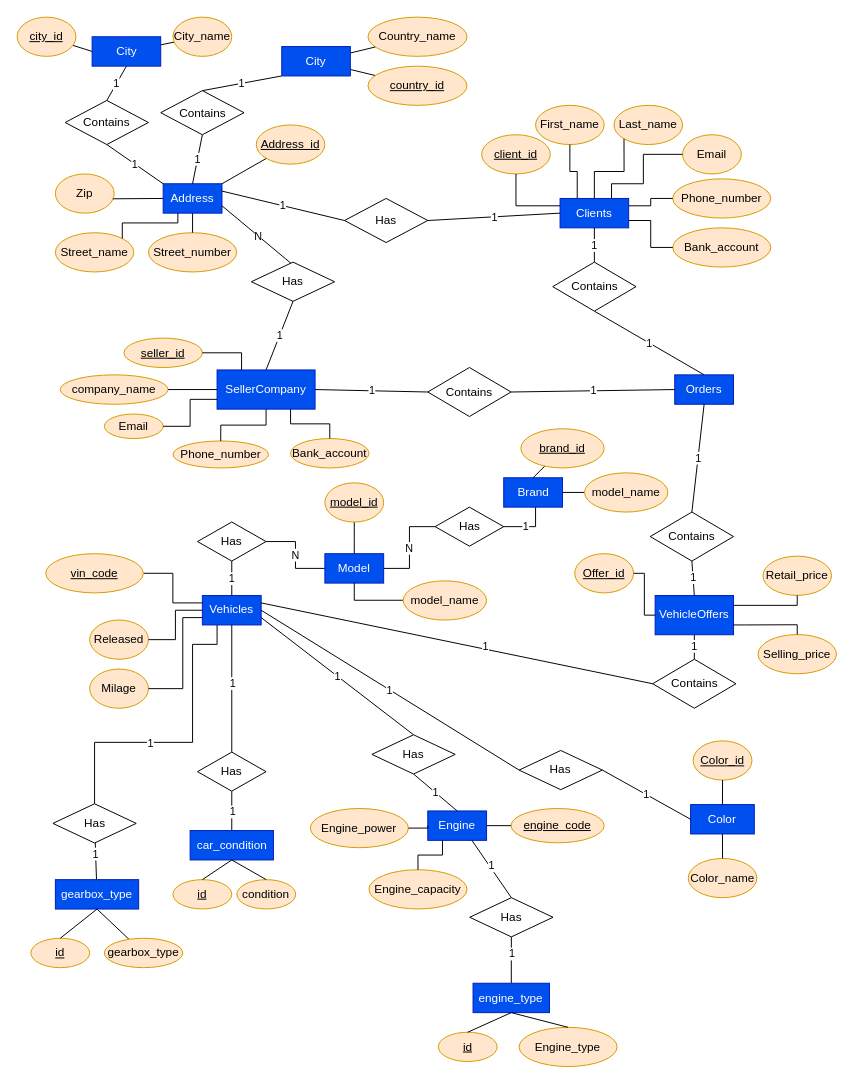
This is page "Conceptual model" (4 of 7) of Car Marketplace.drawio from kstekels/Car-Marketplace, a draw.io file, before an edit. Source tidied: cells renumbered, new cells numbered last; positions are measured from the earlier drawing's top-left corner, leaving out a move shared by most shapes. Both pictures are drawn from the tidied source at 98%, with x=0, y=0 at pixel (17, 17).
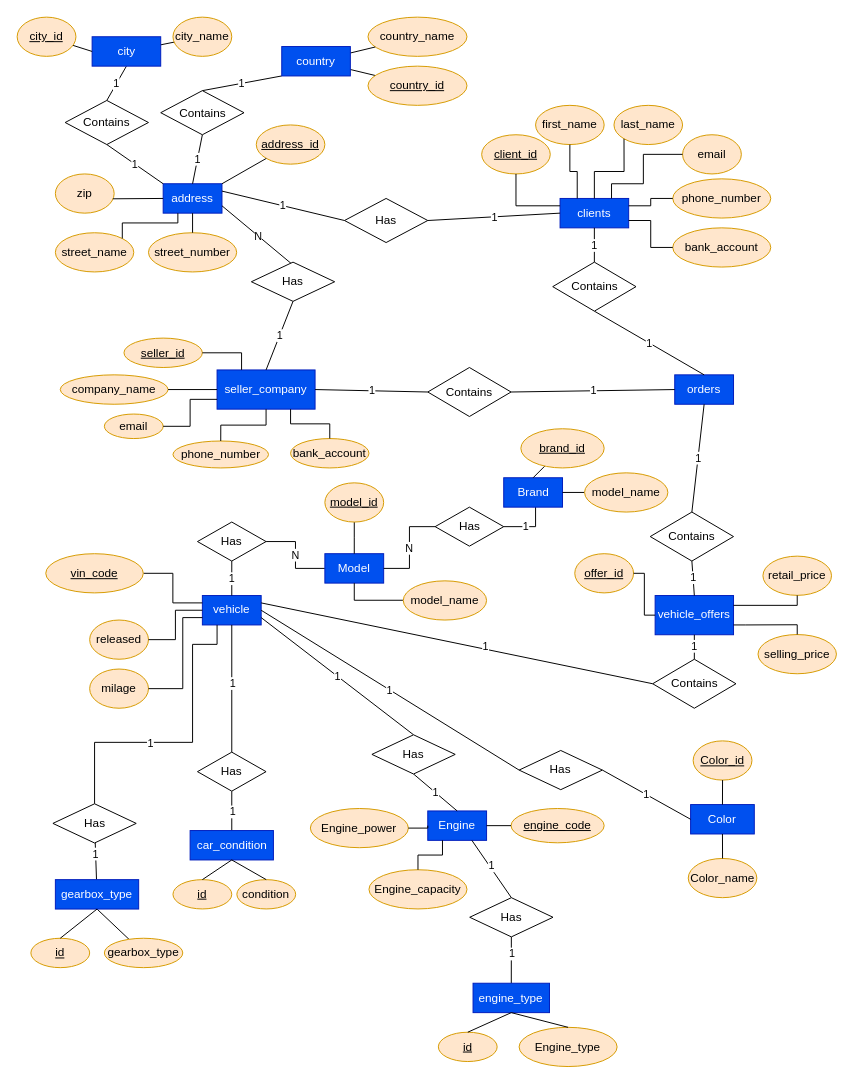
The same diagram, later.

Diff of the diagram source:
```diff
@@
-    <mxCell id="2" value="Clients" style="rounded=0;whiteSpace=wrap;html=1;fillColor=#0050ef;strokeColor=#001DBC;fontColor=#ffffff;" parent="1" vertex="1">
+    <mxCell id="2" value="clients" style="rounded=0;whiteSpace=wrap;html=1;fillColor=#0050ef;strokeColor=#001DBC;fontColor=#ffffff;" parent="1" vertex="1">
       <mxGeometry x="554" y="185" width="70" height="30" as="geometry" />
     </mxCell>
-    <mxCell id="3" value="Address" style="rounded=0;whiteSpace=wrap;html=1;fillColor=#0050ef;fontColor=#ffffff;strokeColor=#001DBC;" parent="1" vertex="1">
+    <mxCell id="3" value="address" style="rounded=0;whiteSpace=wrap;html=1;fillColor=#0050ef;fontColor=#ffffff;strokeColor=#001DBC;" parent="1" vertex="1">
       <mxGeometry x="149" y="170" width="60" height="30" as="geometry" />
     </mxCell>
-    <mxCell id="4" value="SellerCompany" style="rounded=0;whiteSpace=wrap;html=1;fillColor=#0050ef;fontColor=#ffffff;strokeColor=#001DBC;" parent="1" vertex="1">
+    <mxCell id="4" value="seller_company" style="rounded=0;whiteSpace=wrap;html=1;fillColor=#0050ef;fontColor=#ffffff;strokeColor=#001DBC;" parent="1" vertex="1">
       <mxGeometry x="204" y="360" width="100" height="40" as="geometry" />
     </mxCell>
-    <mxCell id="5" value="Orders" style="rounded=0;whiteSpace=wrap;html=1;fillColor=#0050ef;fontColor=#ffffff;strokeColor=#001DBC;" parent="1" vertex="1">
+    <mxCell id="5" value="orders" style="rounded=0;whiteSpace=wrap;html=1;fillColor=#0050ef;fontColor=#ffffff;strokeColor=#001DBC;" parent="1" vertex="1">
       <mxGeometry x="671" y="365" width="60" height="30" as="geometry" />
     </mxCell>
-    <mxCell id="6" value="VehicleOffers" style="rounded=0;whiteSpace=wrap;html=1;fillColor=#0050ef;fontColor=#ffffff;strokeColor=#001DBC;" parent="1" vertex="1">
+    <mxCell id="6" value="vehicle_offers" style="rounded=0;whiteSpace=wrap;html=1;fillColor=#0050ef;fontColor=#ffffff;strokeColor=#001DBC;" parent="1" vertex="1">
       <mxGeometry x="651" y="590.2" width="80" height="40" as="geometry" />
     </mxCell>
-    <mxCell id="7" value="Vehicles" style="rounded=0;whiteSpace=wrap;html=1;fillColor=#0050ef;fontColor=#ffffff;strokeColor=#001DBC;" parent="1" vertex="1">
+    <mxCell id="7" value="vehicle" style="rounded=0;whiteSpace=wrap;html=1;fillColor=#0050ef;fontColor=#ffffff;strokeColor=#001DBC;" parent="1" vertex="1">
       <mxGeometry x="189" y="590.2" width="60" height="30" as="geometry" />
     </mxCell>
@@
-    <mxCell id="11" value="Phone_number" style="ellipse;whiteSpace=wrap;html=1;fillColor=#ffe6cc;strokeColor=#d79b00;" parent="1" vertex="1">
+    <mxCell id="11" value="phone_number" style="ellipse;whiteSpace=wrap;html=1;fillColor=#ffe6cc;strokeColor=#d79b00;" parent="1" vertex="1">
       <mxGeometry x="669" y="165" width="100" height="40" as="geometry" />
     </mxCell>
-    <mxCell id="12" value="Email" style="ellipse;whiteSpace=wrap;html=1;fillColor=#ffe6cc;strokeColor=#d79b00;" parent="1" vertex="1">
+    <mxCell id="12" value="email" style="ellipse;whiteSpace=wrap;html=1;fillColor=#ffe6cc;strokeColor=#d79b00;" parent="1" vertex="1">
       <mxGeometry x="679" y="120" width="60" height="40" as="geometry" />
     </mxCell>
-    <mxCell id="13" value="&lt;u&gt;Address_id&lt;/u&gt;" style="ellipse;whiteSpace=wrap;html=1;fillColor=#ffe6cc;strokeColor=#d79b00;" parent="1" vertex="1">
+    <mxCell id="13" value="&lt;u&gt;address_id&lt;/u&gt;" style="ellipse;whiteSpace=wrap;html=1;fillColor=#ffe6cc;strokeColor=#d79b00;" parent="1" vertex="1">
       <mxGeometry x="244" y="110" width="70" height="40" as="geometry" />
     </mxCell>
@@
-    <mxCell id="15" value="Street_name" style="ellipse;whiteSpace=wrap;html=1;fillColor=#ffe6cc;strokeColor=#d79b00;" parent="1" vertex="1">
+    <mxCell id="15" value="street_name" style="ellipse;whiteSpace=wrap;html=1;fillColor=#ffe6cc;strokeColor=#d79b00;" parent="1" vertex="1">
       <mxGeometry x="39" y="220" width="80" height="40" as="geometry" />
     </mxCell>
-    <mxCell id="16" value="Street_number" style="ellipse;whiteSpace=wrap;html=1;fillColor=#ffe6cc;strokeColor=#d79b00;" parent="1" vertex="1">
+    <mxCell id="16" value="street_number" style="ellipse;whiteSpace=wrap;html=1;fillColor=#ffe6cc;strokeColor=#d79b00;" parent="1" vertex="1">
       <mxGeometry x="134" y="220" width="90" height="40" as="geometry" />
     </mxCell>
@@
-    <mxCell id="21" value="First_name" style="ellipse;whiteSpace=wrap;html=1;fillColor=#ffe6cc;strokeColor=#d79b00;" parent="1" vertex="1">
+    <mxCell id="21" value="first_name" style="ellipse;whiteSpace=wrap;html=1;fillColor=#ffe6cc;strokeColor=#d79b00;" parent="1" vertex="1">
       <mxGeometry x="529" y="90" width="70" height="40" as="geometry" />
     </mxCell>
-    <mxCell id="22" value="Last_name" style="ellipse;whiteSpace=wrap;html=1;fillColor=#ffe6cc;strokeColor=#d79b00;" parent="1" vertex="1">
+    <mxCell id="22" value="last_name" style="ellipse;whiteSpace=wrap;html=1;fillColor=#ffe6cc;strokeColor=#d79b00;" parent="1" vertex="1">
       <mxGeometry x="609" y="90" width="70" height="40" as="geometry" />
     </mxCell>
-    <mxCell id="23" value="Bank_account" style="ellipse;whiteSpace=wrap;html=1;fillColor=#ffe6cc;strokeColor=#d79b00;" parent="1" vertex="1">
+    <mxCell id="23" value="bank_account" style="ellipse;whiteSpace=wrap;html=1;fillColor=#ffe6cc;strokeColor=#d79b00;" parent="1" vertex="1">
       <mxGeometry x="669" y="215" width="100" height="40" as="geometry" />
     </mxCell>
-    <mxCell id="24" value="Zip" style="ellipse;whiteSpace=wrap;html=1;fillColor=#ffe6cc;strokeColor=#d79b00;" parent="1" vertex="1">
+    <mxCell id="24" value="zip" style="ellipse;whiteSpace=wrap;html=1;fillColor=#ffe6cc;strokeColor=#d79b00;" parent="1" vertex="1">
       <mxGeometry x="39" y="160" width="60" height="40" as="geometry" />
     </mxCell>
-    <mxCell id="25" value="Phone_number" style="ellipse;whiteSpace=wrap;html=1;fillColor=#ffe6cc;strokeColor=#d79b00;" parent="1" vertex="1">
+    <mxCell id="25" value="phone_number" style="ellipse;whiteSpace=wrap;html=1;fillColor=#ffe6cc;strokeColor=#d79b00;" parent="1" vertex="1">
       <mxGeometry x="159" y="432.5" width="97.5" height="27.5" as="geometry" />
     </mxCell>
-    <mxCell id="26" value="Email" style="ellipse;whiteSpace=wrap;html=1;fillColor=#ffe6cc;strokeColor=#d79b00;" parent="1" vertex="1">
+    <mxCell id="26" value="email" style="ellipse;whiteSpace=wrap;html=1;fillColor=#ffe6cc;strokeColor=#d79b00;" parent="1" vertex="1">
       <mxGeometry x="89" y="405" width="60" height="25" as="geometry" />
     </mxCell>
@@
-    <mxCell id="29" value="Bank_account" style="ellipse;whiteSpace=wrap;html=1;fillColor=#ffe6cc;strokeColor=#d79b00;" parent="1" vertex="1">
+    <mxCell id="29" value="bank_account" style="ellipse;whiteSpace=wrap;html=1;fillColor=#ffe6cc;strokeColor=#d79b00;" parent="1" vertex="1">
       <mxGeometry x="279" y="430" width="80" height="30" as="geometry" />
     </mxCell>
@@
-    <mxCell id="33" value="&lt;u&gt;Offer_id&lt;/u&gt;" style="ellipse;whiteSpace=wrap;html=1;fillColor=#ffe6cc;strokeColor=#d79b00;" parent="1" vertex="1">
+    <mxCell id="33" value="&lt;u&gt;offer_id&lt;/u&gt;" style="ellipse;whiteSpace=wrap;html=1;fillColor=#ffe6cc;strokeColor=#d79b00;" parent="1" vertex="1">
       <mxGeometry x="569" y="547.5" width="60" height="40" as="geometry" />
     </mxCell>
@@
-    <mxCell id="38" value="Milage" style="ellipse;whiteSpace=wrap;html=1;fillColor=#ffe6cc;strokeColor=#d79b00;" parent="1" vertex="1">
+    <mxCell id="38" value="milage" style="ellipse;whiteSpace=wrap;html=1;fillColor=#ffe6cc;strokeColor=#d79b00;" parent="1" vertex="1">
       <mxGeometry x="74" y="665.2" width="60" height="40" as="geometry" />
     </mxCell>
-    <mxCell id="39" value="Released" style="ellipse;whiteSpace=wrap;html=1;fillColor=#ffe6cc;strokeColor=#d79b00;" parent="1" vertex="1">
+    <mxCell id="39" value="released" style="ellipse;whiteSpace=wrap;html=1;fillColor=#ffe6cc;strokeColor=#d79b00;" parent="1" vertex="1">
       <mxGeometry x="74" y="615.2" width="60" height="40" as="geometry" />
     </mxCell>
@@
-    <mxCell id="47" value="Selling_price" style="ellipse;whiteSpace=wrap;html=1;fillColor=#ffe6cc;strokeColor=#d79b00;" parent="1" vertex="1">
+    <mxCell id="47" value="selling_price" style="ellipse;whiteSpace=wrap;html=1;fillColor=#ffe6cc;strokeColor=#d79b00;" parent="1" vertex="1">
       <mxGeometry x="756" y="630" width="80" height="40" as="geometry" />
     </mxCell>
-    <mxCell id="48" value="Retail_price" style="ellipse;whiteSpace=wrap;html=1;fillColor=#ffe6cc;strokeColor=#d79b00;" parent="1" vertex="1">
+    <mxCell id="48" value="retail_price" style="ellipse;whiteSpace=wrap;html=1;fillColor=#ffe6cc;strokeColor=#d79b00;" parent="1" vertex="1">
       <mxGeometry x="761" y="550" width="70" height="40" as="geometry" />
     </mxCell>
@@
-    <mxCell id="136" value="&lt;div&gt;Country_name&lt;/div&gt;" style="ellipse;whiteSpace=wrap;html=1;fillColor=#ffe6cc;strokeColor=#d79b00;" parent="1" vertex="1">
+    <mxCell id="136" value="&lt;div&gt;country_name&lt;/div&gt;" style="ellipse;whiteSpace=wrap;html=1;fillColor=#ffe6cc;strokeColor=#d79b00;" parent="1" vertex="1">
       <mxGeometry x="358" width="101" height="40" as="geometry" />
     </mxCell>
@@
-    <mxCell id="138" value="&lt;div&gt;City_name&lt;/div&gt;" style="ellipse;whiteSpace=wrap;html=1;fillColor=#ffe6cc;strokeColor=#d79b00;" parent="1" vertex="1">
+    <mxCell id="138" value="&lt;div&gt;city_name&lt;/div&gt;" style="ellipse;whiteSpace=wrap;html=1;fillColor=#ffe6cc;strokeColor=#d79b00;" parent="1" vertex="1">
       <mxGeometry x="159" width="60" height="40" as="geometry" />
     </mxCell>
@@
-    <mxCell id="145" value="&lt;div&gt;City&lt;/div&gt;" style="rounded=0;whiteSpace=wrap;html=1;fillColor=#0050ef;strokeColor=#001DBC;fontColor=#ffffff;" parent="1" vertex="1">
+    <mxCell id="145" value="&lt;div&gt;country&lt;/div&gt;" style="rounded=0;whiteSpace=wrap;html=1;fillColor=#0050ef;strokeColor=#001DBC;fontColor=#ffffff;" parent="1" vertex="1">
       <mxGeometry x="270" y="30" width="70" height="30" as="geometry" />
     </mxCell>
-    <mxCell id="146" value="&lt;div&gt;City&lt;/div&gt;" style="rounded=0;whiteSpace=wrap;html=1;fillColor=#0050ef;strokeColor=#001DBC;fontColor=#ffffff;" parent="1" vertex="1">
+    <mxCell id="146" value="&lt;div&gt;city&lt;/div&gt;" style="rounded=0;whiteSpace=wrap;html=1;fillColor=#0050ef;strokeColor=#001DBC;fontColor=#ffffff;" parent="1" vertex="1">
       <mxGeometry x="76.5" y="20" width="70" height="30" as="geometry" />
     </mxCell>
```
